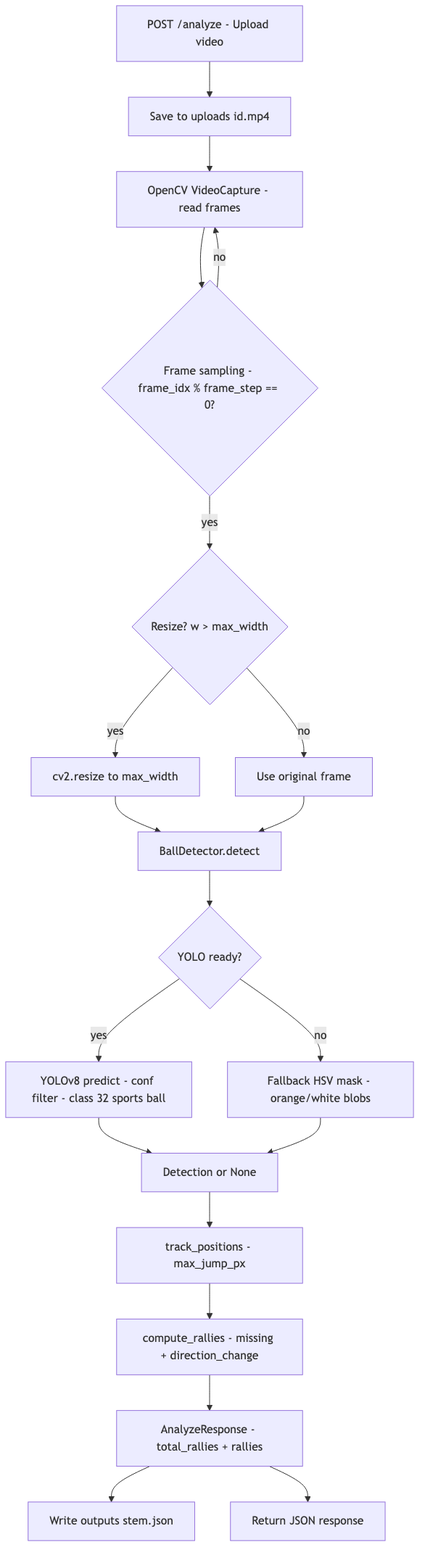
The Mermaid diagram docs/images/pipeline-flow.png in akmalsyrf/table-tennis-analyzer, before a commit. Its source is kept beside it as docs/pipeline-flow.mmd.
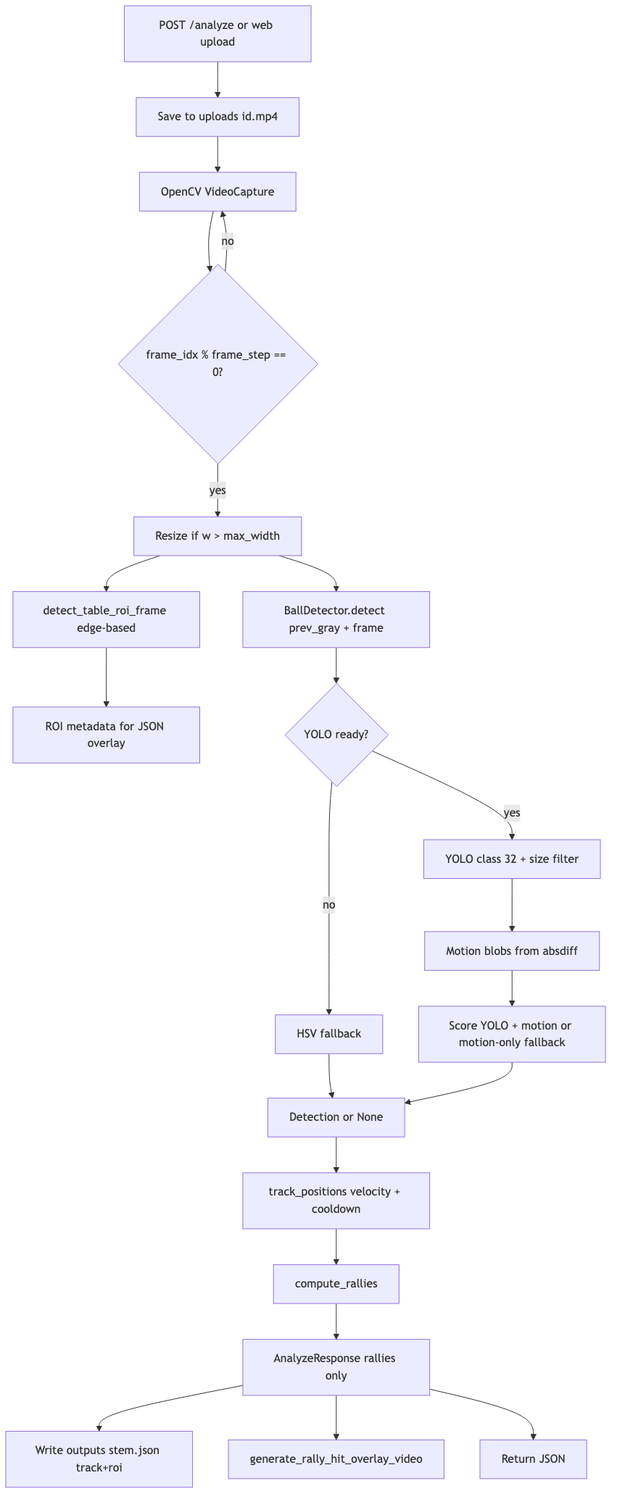
After the change.

What changed in the source:
```diff
@@ -1,22 +1,22 @@
 flowchart TD
-  A["POST /analyze - Upload video"] --> B["Save to uploads id.mp4"]
-  B --> C["OpenCV VideoCapture - read frames"]
-  C --> D{"Frame sampling - frame_idx % frame_step == 0?"}
+  A["POST /analyze or web upload"] --> B["Save to uploads id.mp4"]
+  B --> C["OpenCV VideoCapture"]
+  C --> D{"frame_idx % frame_step == 0?"}
   D -- no --> C
-  D -- yes --> E{"Resize? w > max_width"}
-  E -- yes --> F["cv2.resize to max_width"]
-  E -- no --> G["Use original frame"]
-  F --> H["BallDetector.detect"]
-  G --> H
-
-  H --> I{"YOLO ready?"}
-  I -- yes --> J["YOLOv8 predict - conf filter - class 32 sports ball"]
-  I -- no --> K["Fallback HSV mask - orange/white blobs"]
-  J --> L["Detection or None"]
-  K --> L
-
-  L --> M["track_positions - max_jump_px"]
-  M --> N["compute_rallies - missing + direction_change"]
-  N --> O["AnalyzeResponse - total_rallies + rallies"]
-  O --> P["Write outputs stem.json"]
-  O --> Q["Return JSON response"]
+  D -- yes --> E["Resize if w > max_width"]
+  E --> F["detect_table_roi_frame edge-based"]
+  E --> G["BallDetector.detect prev_gray + frame"]
+  F --> H["ROI metadata for JSON overlay"]
+  G --> I{"YOLO ready?"}
+  I -- yes --> J["YOLO class 32 + size filter"]
+  I -- no --> K["HSV fallback"]
+  J --> L["Motion blobs from absdiff"]
+  K --> M["Detection or None"]
+  L --> N["Score YOLO + motion or motion-only fallback"]
+  N --> M
+  M --> O["track_positions velocity + cooldown"]
+  O --> P["compute_rallies"]
+  P --> Q["AnalyzeResponse rallies only"]
+  Q --> R["Write outputs stem.json track+roi"]
+  Q --> S["generate_rally_hit_overlay_video"]
+  Q --> T["Return JSON"]
```
